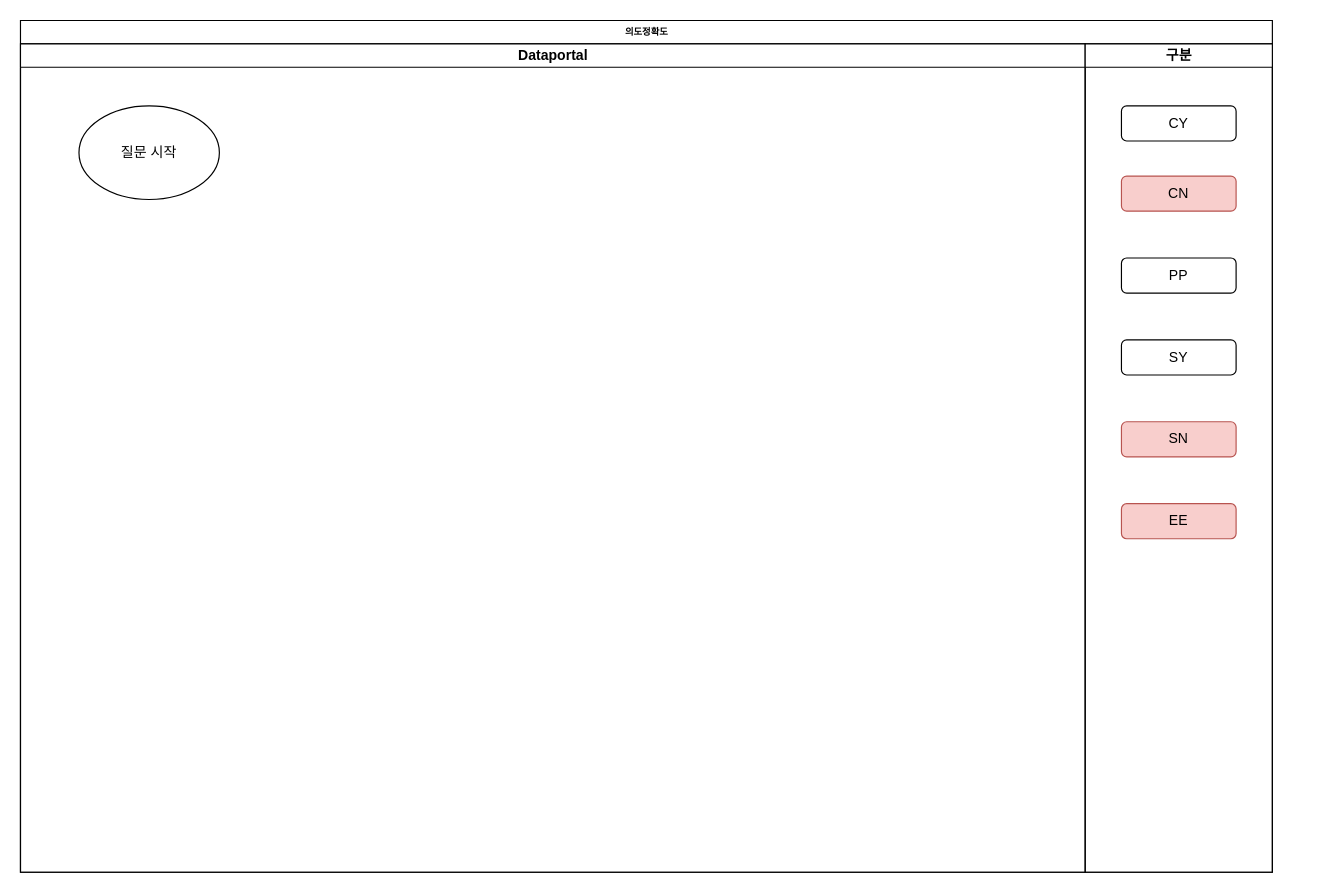
Above: page "의도정확도" (3 of 3) of 배치.drawio in dongyoupkim/kdycorp (draw.io), before the change. Source tidied: cells renumbered, new cells numbered last; positions are measured from the earlier drawing's top-left corner, leaving out a move shared by most shapes. Both pictures are drawn from the tidied source at 117%, with x=0, y=0 at pixel (20, 20).
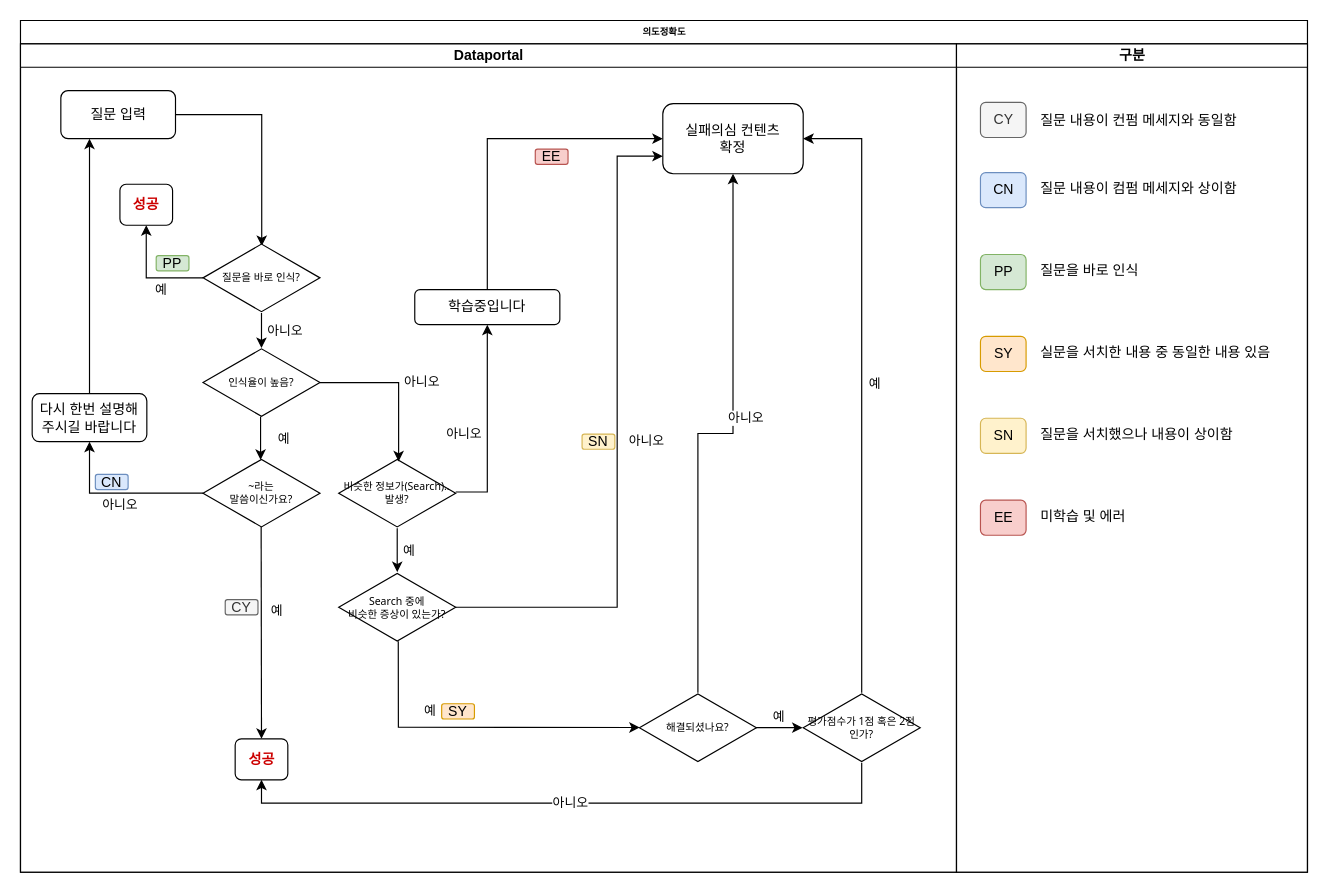
Above is the later version.

Change to the diagram source:
```diff
@@
     <mxCell id="2" value="의도정확도" style="swimlane;html=1;startSize=20;rounded=0;shadow=0;labelBackgroundColor=none;strokeColor=#000000;strokeWidth=1;fillColor=#ffffff;fontFamily=Verdana;fontSize=8;fontColor=#000000;align=center;" parent="1" vertex="1">
-      <mxGeometry width="1070" height="728" as="geometry" />
+      <mxGeometry width="1100" height="728" as="geometry" />
     </mxCell>
     <mxCell id="3" value="Dataportal" style="swimlane;html=1;startSize=20;" parent="2" vertex="1">
-      <mxGeometry y="20" width="910" height="708" as="geometry" />
+      <mxGeometry y="20" width="800" height="708" as="geometry" />
     </mxCell>
-    <mxCell id="4" value="질문 시작" style="ellipse;whiteSpace=wrap;html=1;" parent="3" vertex="1">
-      <mxGeometry x="50" y="53" width="120" height="80" as="geometry" />
-    </mxCell>
+    <mxCell id="12" value="실패의심 컨텐츠&lt;br&gt;확정" style="rounded=1;whiteSpace=wrap;html=1;" parent="3" vertex="1">
+      <mxGeometry x="549" y="51" width="120" height="60" as="geometry" />
+    </mxCell>
+    <mxCell id="13" value="아니오" style="edgeStyle=orthogonalEdgeStyle;rounded=0;jettySize=auto;html=1;entryX=0.5;entryY=1;entryDx=0;entryDy=0;spacingRight=40;exitX=1;exitY=0.483;exitDx=0;exitDy=0;exitPerimeter=0;" parent="3" edge="1" source="15" target="19">
+      <mxGeometry x="-0.26" y="14" relative="1" as="geometry">
+        <mxPoint x="14" y="-14" as="offset" />
+      </mxGeometry>
+    </mxCell>
+    <mxCell id="14" value="예" style="edgeStyle=orthogonalEdgeStyle;rounded=0;jettySize=auto;html=1;spacingLeft=20;" parent="3" edge="1" source="15" target="17">
+      <mxGeometry relative="1" as="geometry" />
+    </mxCell>
+    <mxCell id="15" value="비슷한 정보가(Search).. 발생?" style="html=1;whiteSpace=wrap;shape=isoRectangle;fontFamily=Tahoma;fontSize=9;" parent="3" vertex="1">
+      <mxGeometry x="272" y="354" width="100" height="60" as="geometry" />
+    </mxCell>
+    <mxCell id="16" value="아니오" style="edgeStyle=orthogonalEdgeStyle;rounded=0;jettySize=auto;html=1;entryX=0;entryY=0.75;entryDx=0;entryDy=0;spacingLeft=30;" parent="3" edge="1" source="17" target="12">
+      <mxGeometry y="-10" relative="1" as="geometry">
+        <Array as="points">
+          <mxPoint x="510" y="482" />
+          <mxPoint x="510" y="96" />
+        </Array>
+      </mxGeometry>
+    </mxCell>
+    <mxCell id="17" value="Search 중에&lt;br&gt;비슷한 증상이 있는가?" style="html=1;whiteSpace=wrap;shape=isoRectangle;fontFamily=Tahoma;fontSize=9;" parent="3" vertex="1">
+      <mxGeometry x="272" y="451.5" width="100" height="60" as="geometry" />
+    </mxCell>
+    <mxCell id="18" style="edgeStyle=orthogonalEdgeStyle;rounded=0;jettySize=auto;html=1;entryX=0;entryY=0.5;entryDx=0;entryDy=0;exitX=0.5;exitY=0;exitDx=0;exitDy=0;" parent="3" edge="1" source="19" target="12">
+      <mxGeometry relative="1" as="geometry" />
+    </mxCell>
+    <mxCell id="19" value="학습중입니다" style="rounded=1;whiteSpace=wrap;html=1;" parent="3" vertex="1">
+      <mxGeometry x="337" y="210" width="124" height="30" as="geometry" />
+    </mxCell>
+    <mxCell id="20" value="예" style="endArrow=classic;html=1;entryX=0.003;entryY=0.497;entryDx=0;entryDy=0;exitX=0.509;exitY=0.986;exitDx=0;exitDy=0;exitPerimeter=0;entryPerimeter=0;rounded=0;" parent="3" edge="1" source="17" target="22">
+      <mxGeometry x="-0.58" y="27" relative="1" as="geometry">
+        <Array as="points">
+          <mxPoint x="323" y="584" />
+        </Array>
+      </mxGeometry>
+    </mxCell>
+    <mxCell id="21" value="아니오" style="edgeStyle=orthogonalEdgeStyle;rounded=0;jettySize=auto;html=1;" parent="3" edge="1" source="22">
+      <mxGeometry x="0.12" y="-11" relative="1" as="geometry">
+        <mxPoint x="609" y="111" as="targetPoint" />
+        <Array as="points">
+          <mxPoint x="579" y="333" />
+          <mxPoint x="609" y="333" />
+          <mxPoint x="609" y="111" />
+        </Array>
+      </mxGeometry>
+    </mxCell>
+    <mxCell id="22" value="해결되셨나요?" style="html=1;whiteSpace=wrap;shape=isoRectangle;fontFamily=Tahoma;fontSize=9;" parent="3" vertex="1">
+      <mxGeometry x="529" y="554.5" width="100" height="60" as="geometry" />
+    </mxCell>
+    <mxCell id="23" value="예" style="edgeStyle=orthogonalEdgeStyle;rounded=0;jettySize=auto;html=1;entryX=1;entryY=0.5;entryDx=0;entryDy=0;" parent="3" edge="1" source="25" target="12">
+      <mxGeometry x="0.01" y="-11" relative="1" as="geometry" />
+    </mxCell>
+    <mxCell id="24" value="아니오" style="edgeStyle=orthogonalEdgeStyle;rounded=0;jettySize=auto;html=1;entryX=0.5;entryY=1;entryDx=0;entryDy=0;" parent="3" edge="1" source="25" target="47">
+      <mxGeometry relative="1" as="geometry">
+        <Array as="points">
+          <mxPoint x="719" y="649" />
+          <mxPoint x="206" y="649" />
+        </Array>
+      </mxGeometry>
+    </mxCell>
+    <mxCell id="25" value="평가점수가 1점 혹은 2점인가?" style="html=1;whiteSpace=wrap;shape=isoRectangle;fontFamily=Tahoma;fontSize=9;" parent="3" vertex="1">
+      <mxGeometry x="669" y="554.5" width="100" height="60" as="geometry" />
+    </mxCell>
+    <mxCell id="26" value="예" style="endArrow=classic;html=1;entryX=-0.005;entryY=0.499;entryDx=0;entryDy=0;entryPerimeter=0;exitX=0.995;exitY=0.499;exitDx=0;exitDy=0;exitPerimeter=0;" parent="3" edge="1" source="22" target="25">
+      <mxGeometry x="-0.03" y="9" relative="1" as="geometry" />
+    </mxCell>
+    <mxCell id="27" value="아니오" style="edgeStyle=orthogonalEdgeStyle;rounded=0;jettySize=auto;html=1;entryX=0.5;entryY=1;entryDx=0;entryDy=0;spacingTop=20;" parent="3" edge="1" source="28" target="41">
+      <mxGeometry relative="1" as="geometry" />
+    </mxCell>
+    <mxCell id="28" value="~라는 &lt;br&gt;말씀이신가요?" style="html=1;whiteSpace=wrap;shape=isoRectangle;fontFamily=Tahoma;fontSize=9;" parent="3" vertex="1">
+      <mxGeometry x="156" y="354" width="100" height="60" as="geometry" />
+    </mxCell>
+    <mxCell id="29" value="예" style="endArrow=classic;html=1;exitX=0.497;exitY=0.982;exitDx=0;exitDy=0;exitPerimeter=0;entryX=0.5;entryY=0;entryDx=0;entryDy=0;" parent="3" edge="1" source="28" target="47">
+      <mxGeometry x="-0.21" y="13" relative="1" as="geometry" />
+    </mxCell>
+    <mxCell id="30" style="edgeStyle=orthogonalEdgeStyle;rounded=0;jettySize=auto;html=1;entryX=0.502;entryY=0.046;entryDx=0;entryDy=0;entryPerimeter=0;" parent="3" edge="1" source="31" target="39">
+      <mxGeometry relative="1" as="geometry" />
+    </mxCell>
+    <mxCell id="31" value="질문 입력" style="rounded=1;whiteSpace=wrap;html=1;" parent="3" vertex="1">
+      <mxGeometry x="34.5" y="40" width="98" height="41" as="geometry" />
+    </mxCell>
+    <mxCell id="32" value="CY" style="rounded=1;whiteSpace=wrap;html=1;fillColor=#f5f5f5;strokeColor=#666666;fontColor=#333333;" parent="3" vertex="1">
+      <mxGeometry x="175" y="475" width="28" height="13" as="geometry" />
+    </mxCell>
+    <mxCell id="33" value="CN" style="rounded=1;whiteSpace=wrap;html=1;fillColor=#dae8fc;strokeColor=#6c8ebf;" parent="3" vertex="1">
+      <mxGeometry x="64" y="368" width="28" height="13" as="geometry" />
+    </mxCell>
+    <mxCell id="34" value="SY" style="rounded=1;whiteSpace=wrap;html=1;fillColor=#ffe6cc;strokeColor=#d79b00;" parent="3" vertex="1">
+      <mxGeometry x="360" y="564" width="28" height="13" as="geometry" />
+    </mxCell>
+    <mxCell id="35" value="SN" style="rounded=1;whiteSpace=wrap;html=1;fillColor=#fff2cc;strokeColor=#d6b656;" parent="3" vertex="1">
+      <mxGeometry x="480" y="333.5" width="28" height="13" as="geometry" />
+    </mxCell>
+    <mxCell id="36" value="EE" style="rounded=1;whiteSpace=wrap;html=1;fillColor=#f8cecc;strokeColor=#b85450;" parent="3" vertex="1">
+      <mxGeometry x="440" y="90" width="28" height="13" as="geometry" />
+    </mxCell>
+    <mxCell id="37" value="예" style="edgeStyle=orthogonalEdgeStyle;rounded=0;jettySize=auto;html=1;entryX=0.5;entryY=1;entryDx=0;entryDy=0;" parent="3" edge="1" source="39" target="45">
+      <mxGeometry x="-0.23" y="10" relative="1" as="geometry" />
+    </mxCell>
+    <mxCell id="38" value="아니오" style="edgeStyle=orthogonalEdgeStyle;rounded=0;jettySize=auto;html=1;entryX=0.5;entryY=0.008;entryDx=0;entryDy=0;entryPerimeter=0;spacingLeft=40;" parent="3" edge="1" source="39" target="44">
+      <mxGeometry relative="1" as="geometry" />
+    </mxCell>
+    <mxCell id="39" value="질문을 바로 인식?" style="html=1;whiteSpace=wrap;shape=isoRectangle;fontFamily=Tahoma;fontSize=9;" parent="3" vertex="1">
+      <mxGeometry x="156" y="170" width="100" height="60" as="geometry" />
+    </mxCell>
+    <mxCell id="40" value="PP" style="rounded=1;whiteSpace=wrap;html=1;fillColor=#d5e8d4;strokeColor=#82b366;" parent="3" vertex="1">
+      <mxGeometry x="116" y="181" width="28" height="13" as="geometry" />
+    </mxCell>
+    <mxCell id="41" value="다시 한번 설명해&lt;br&gt;주시길 바랍니다" style="rounded=1;whiteSpace=wrap;html=1;" parent="3" vertex="1">
+      <mxGeometry x="10" y="299" width="98" height="41" as="geometry" />
+    </mxCell>
+    <mxCell id="42" style="endArrow=classic;html=1;entryX=0.25;entryY=1;entryDx=0;entryDy=0;exitX=0.5;exitY=0;exitDx=0;exitDy=0;" parent="3" edge="1" source="41" target="31">
+      <mxGeometry relative="1" as="geometry" />
+    </mxCell>
+    <mxCell id="43" value="아니오" style="edgeStyle=orthogonalEdgeStyle;rounded=0;jettySize=auto;html=1;entryX=0.512;entryY=0.048;entryDx=0;entryDy=0;entryPerimeter=0;spacingLeft=40;" parent="3" edge="1" source="44" target="15">
+      <mxGeometry relative="1" as="geometry" />
+    </mxCell>
+    <mxCell id="44" value="인식율이 높음?" style="html=1;whiteSpace=wrap;shape=isoRectangle;fontFamily=Tahoma;fontSize=9;" parent="3" vertex="1">
+      <mxGeometry x="156" y="259.5" width="100" height="60" as="geometry" />
+    </mxCell>
+    <mxCell id="45" value="성공" style="rounded=1;whiteSpace=wrap;html=1;fontStyle=1;labelBackgroundColor=#ffffff;fontColor=#CC0000;" parent="3" vertex="1">
+      <mxGeometry x="85" y="120" width="45" height="35" as="geometry" />
+    </mxCell>
+    <mxCell id="46" value="예" style="endArrow=classic;html=1;entryX=0.492;entryY=0.026;entryDx=0;entryDy=0;entryPerimeter=0;exitX=0.492;exitY=0.984;exitDx=0;exitDy=0;exitPerimeter=0;spacingLeft=40;" parent="3" edge="1" source="44" target="28">
+      <mxGeometry relative="1" as="geometry" />
+    </mxCell>
+    <mxCell id="47" value="성공" style="rounded=1;whiteSpace=wrap;html=1;fontStyle=1;labelBackgroundColor=none;fontColor=#CC0000;" parent="3" vertex="1">
+      <mxGeometry x="183.5" y="594" width="45" height="35" as="geometry" />
+    </mxCell>
     <mxCell id="5" value="구분" style="swimlane;html=1;startSize=20;" parent="2" vertex="1">
-      <mxGeometry x="910" y="20" width="160" height="708" as="geometry" />
+      <mxGeometry x="800" y="20" width="300" height="708" as="geometry" />
     </mxCell>
-    <mxCell id="6" value="CY" style="rounded=1;whiteSpace=wrap;html=1;" parent="5" vertex="1">
-      <mxGeometry x="31" y="53" width="98" height="30" as="geometry" />
-    </mxCell>
-    <mxCell id="7" value="CN" style="rounded=1;whiteSpace=wrap;html=1;fillColor=#f8cecc;strokeColor=#b85450;" parent="5" vertex="1">
-      <mxGeometry x="31" y="113" width="98" height="30" as="geometry" />
-    </mxCell>
-    <mxCell id="8" value="PP" style="rounded=1;whiteSpace=wrap;html=1;" parent="5" vertex="1">
-      <mxGeometry x="31" y="183" width="98" height="30" as="geometry" />
-    </mxCell>
-    <mxCell id="9" value="SY" style="rounded=1;whiteSpace=wrap;html=1;" parent="5" vertex="1">
-      <mxGeometry x="31" y="253" width="98" height="30" as="geometry" />
-    </mxCell>
-    <mxCell id="10" value="SN" style="rounded=1;whiteSpace=wrap;html=1;fillColor=#f8cecc;strokeColor=#b85450;" parent="5" vertex="1">
-      <mxGeometry x="31" y="323" width="98" height="30" as="geometry" />
-    </mxCell>
-    <mxCell id="11" value="EE" style="rounded=1;whiteSpace=wrap;html=1;fillColor=#f8cecc;strokeColor=#b85450;" parent="5" vertex="1">
-      <mxGeometry x="31" y="393" width="98" height="30" as="geometry" />
-    </mxCell>
+    <mxCell id="48" style="group;" parent="5" vertex="1">
+      <mxGeometry x="20.5" y="50" width="39" height="370" as="geometry" />
+    </mxCell>
+    <mxCell id="49" value="CY" style="rounded=1;whiteSpace=wrap;html=1;fillColor=#f5f5f5;strokeColor=#666666;fontColor=#333333;" parent="48" vertex="1">
+      <mxGeometry width="39" height="30" as="geometry" />
+    </mxCell>
+    <mxCell id="50" value="CN" style="rounded=1;whiteSpace=wrap;html=1;fillColor=#dae8fc;strokeColor=#6c8ebf;" parent="48" vertex="1">
+      <mxGeometry y="60" width="39" height="30" as="geometry" />
+    </mxCell>
+    <mxCell id="51" value="PP" style="rounded=1;whiteSpace=wrap;html=1;fillColor=#d5e8d4;strokeColor=#82b366;" parent="48" vertex="1">
+      <mxGeometry y="130" width="39" height="30" as="geometry" />
+    </mxCell>
+    <mxCell id="52" value="SY" style="rounded=1;whiteSpace=wrap;html=1;fillColor=#ffe6cc;strokeColor=#d79b00;" parent="48" vertex="1">
+      <mxGeometry y="200" width="39" height="30" as="geometry" />
+    </mxCell>
+    <mxCell id="53" value="SN" style="rounded=1;whiteSpace=wrap;html=1;fillColor=#fff2cc;strokeColor=#d6b656;" parent="48" vertex="1">
+      <mxGeometry y="270" width="39" height="30" as="geometry" />
+    </mxCell>
+    <mxCell id="54" value="EE" style="rounded=1;whiteSpace=wrap;html=1;fillColor=#f8cecc;strokeColor=#b85450;" parent="48" vertex="1">
+      <mxGeometry y="340" width="39" height="30" as="geometry" />
+    </mxCell>
+    <mxCell id="55" value="질문 내용이 컨펌 메세지와 동일함" style="text;html=1;align=left;verticalAlign=top;spacingTop=-4;" parent="5" vertex="1">
+      <mxGeometry x="70" y="56" width="200" height="20" as="geometry" />
+    </mxCell>
+    <mxCell id="56" value="질문 내용이 컴펌 메세지와 상이함" style="text;html=1;align=left;verticalAlign=top;spacingTop=-4;" parent="5" vertex="1">
+      <mxGeometry x="70" y="114" width="200" height="20" as="geometry" />
+    </mxCell>
+    <mxCell id="57" value="질문을 바로 인식" style="text;html=1;align=left;verticalAlign=top;spacingTop=-4;" parent="5" vertex="1">
+      <mxGeometry x="70" y="184" width="110" height="20" as="geometry" />
+    </mxCell>
+    <mxCell id="58" value="실문을 서치한 내용 중 동일한 내용 있음" style="text;html=1;align=left;verticalAlign=top;spacingTop=-4;" parent="5" vertex="1">
+      <mxGeometry x="70" y="254" width="230" height="20" as="geometry" />
+    </mxCell>
+    <mxCell id="59" value="질문을 서치했으나 내용이 상이함" style="text;html=1;align=left;verticalAlign=top;spacingTop=-4;" parent="5" vertex="1">
+      <mxGeometry x="70" y="324" width="190" height="20" as="geometry" />
+    </mxCell>
+    <mxCell id="60" value="미학습 및 에러" style="text;html=1;align=left;verticalAlign=top;spacingTop=-4;" parent="5" vertex="1">
+      <mxGeometry x="70" y="394" width="90" height="20" as="geometry" />
+    </mxCell>
```
